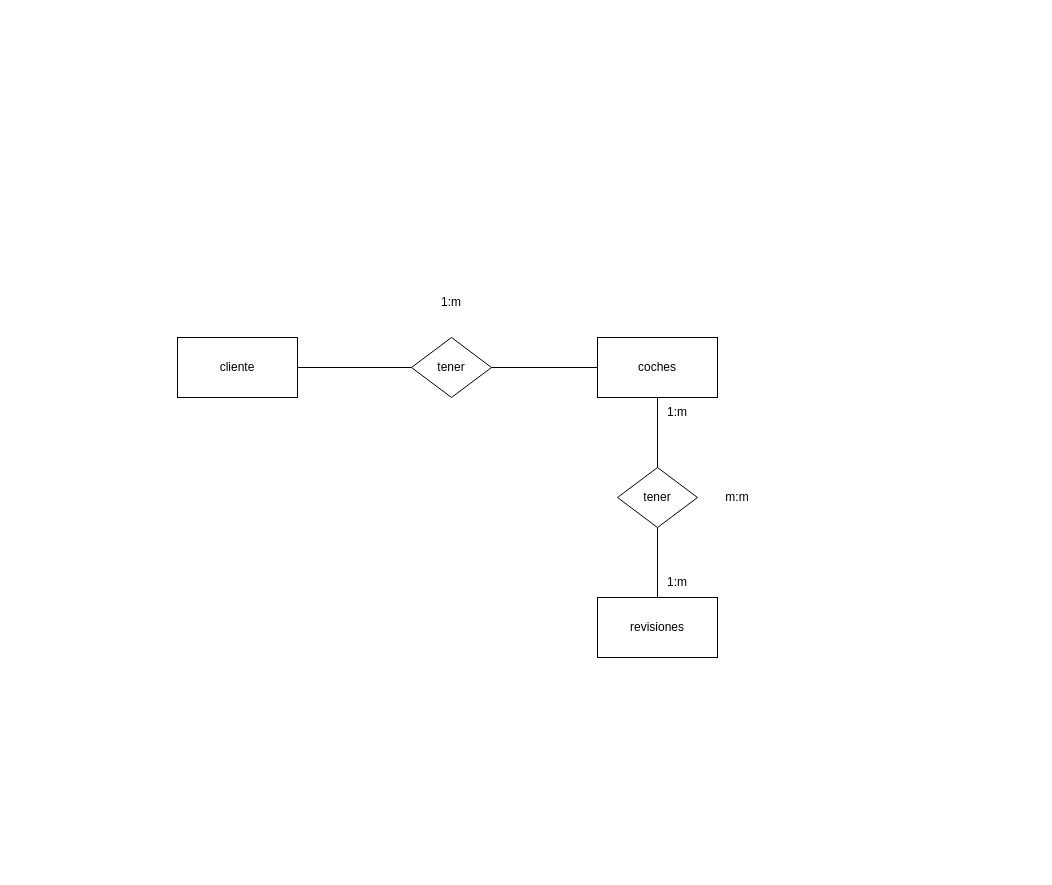
Before: AutomotoresDB.drawio in Mundrack/Base-de-datos, a draw.io diagram. Source tidied: cells renumbered, new cells numbered last; positions are measured from the earlier drawing's top-left corner, leaving out a move shared by most shapes. Both pictures are drawn from the tidied source at 100%, with x=0, y=0 at pixel (177, 287).
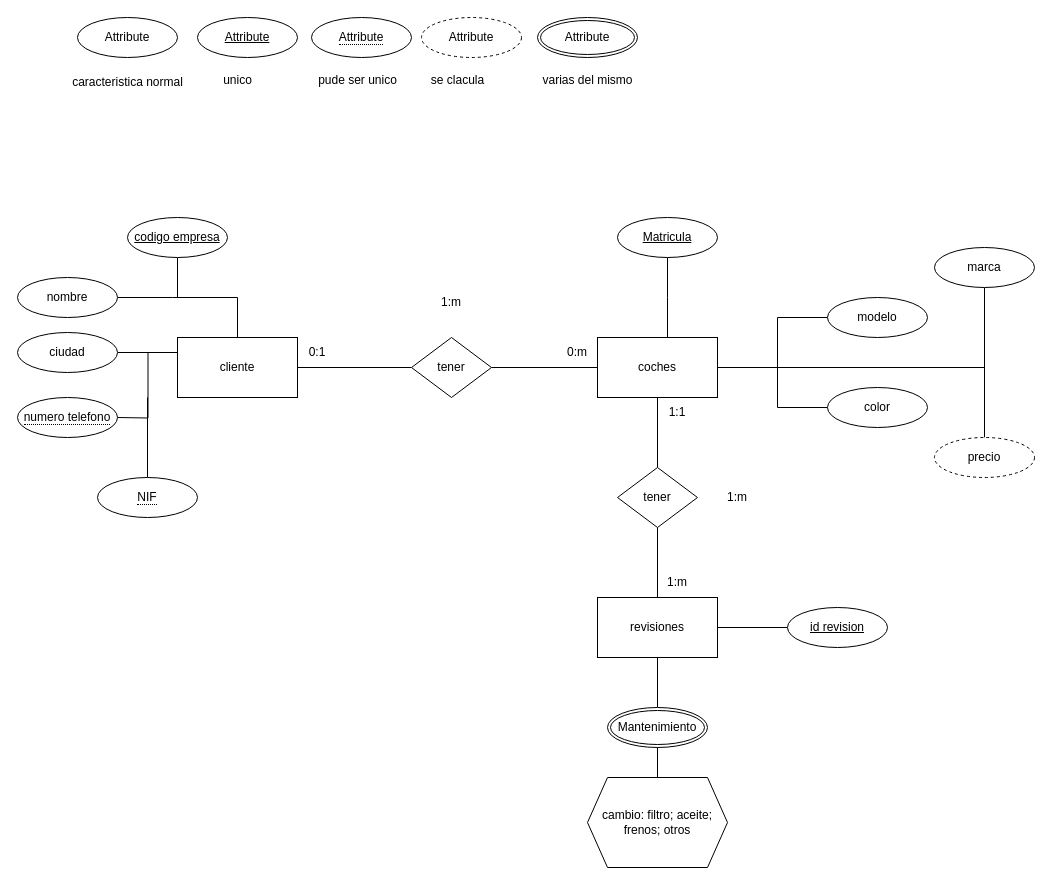
The same page after the edit.

The change refers to these unchanged cells:
```xml
<mxCell id="3" value="coches" style="rounded=0;whiteSpace=wrap;html=1;" parent="1" vertex="1">
  <mxGeometry x="420" y="50" width="120" height="60" as="geometry" />
</mxCell>
<mxCell id="5" value="cliente" style="rounded=0;whiteSpace=wrap;html=1;" parent="1" vertex="1">
  <mxGeometry y="50" width="120" height="60" as="geometry" />
</mxCell>
<mxCell id="6" value="revisiones" style="rounded=0;whiteSpace=wrap;html=1;" parent="1" vertex="1">
  <mxGeometry x="420" y="310" width="120" height="60" as="geometry" />
</mxCell>
```

Diff of the diagram source:
```diff
@@
-    <mxCell id="12" value="m:m" style="text;html=1;align=center;verticalAlign=middle;whiteSpace=wrap;rounded=0;" parent="1" vertex="1">
+    <mxCell id="12" value="1:m" style="text;html=1;align=center;verticalAlign=middle;whiteSpace=wrap;rounded=0;" parent="1" vertex="1">
       <mxGeometry x="530" y="195" width="60" height="30" as="geometry" />
     </mxCell>
-    <mxCell id="13" value="1:m" style="text;html=1;align=center;verticalAlign=middle;whiteSpace=wrap;rounded=0;" parent="1" vertex="1">
+    <mxCell id="13" value="1:1" style="text;html=1;align=center;verticalAlign=middle;whiteSpace=wrap;rounded=0;" parent="1" vertex="1">
       <mxGeometry x="470" y="110" width="60" height="30" as="geometry" />
     </mxCell>
@@
+    <mxCell id="15" value="Attribute" style="ellipse;whiteSpace=wrap;html=1;align=center;" parent="1" vertex="1">
+      <mxGeometry x="-100" y="-270" width="100" height="40" as="geometry" />
+    </mxCell>
+    <mxCell id="16" value="Attribute" style="ellipse;whiteSpace=wrap;html=1;align=center;fontStyle=4;" parent="1" vertex="1">
+      <mxGeometry x="20" y="-270" width="100" height="40" as="geometry" />
+    </mxCell>
+    <mxCell id="17" value="&lt;span style=&quot;border-bottom: 1px dotted&quot;&gt;Attribute&lt;/span&gt;" style="ellipse;whiteSpace=wrap;html=1;align=center;" parent="1" vertex="1">
+      <mxGeometry x="134" y="-270" width="100" height="40" as="geometry" />
+    </mxCell>
+    <mxCell id="18" value="Attribute" style="ellipse;whiteSpace=wrap;html=1;align=center;dashed=1;" parent="1" vertex="1">
+      <mxGeometry x="244" y="-270" width="100" height="40" as="geometry" />
+    </mxCell>
+    <mxCell id="19" value="Attribute" style="ellipse;shape=doubleEllipse;margin=3;whiteSpace=wrap;html=1;align=center;" parent="1" vertex="1">
+      <mxGeometry x="360" y="-270" width="100" height="40" as="geometry" />
+    </mxCell>
+    <mxCell id="20" value="caracteristica normal" style="text;html=1;align=center;verticalAlign=middle;strokeColor=none;fillColor=none;" parent="1" vertex="1">
+      <mxGeometry x="-115" y="-220" width="130" height="30" as="geometry" />
+    </mxCell>
+    <mxCell id="21" value="varias del mismo" style="text;html=1;align=center;verticalAlign=middle;strokeColor=none;fillColor=none;" parent="1" vertex="1">
+      <mxGeometry x="355" y="-222" width="110" height="30" as="geometry" />
+    </mxCell>
+    <mxCell id="22" value="se clacula" style="text;html=1;align=center;verticalAlign=middle;strokeColor=none;fillColor=none;" parent="1" vertex="1">
+      <mxGeometry x="240" y="-222" width="80" height="30" as="geometry" />
+    </mxCell>
+    <mxCell id="23" value="unico" style="text;html=1;align=center;verticalAlign=middle;strokeColor=none;fillColor=none;" parent="1" vertex="1">
+      <mxGeometry x="35" y="-222" width="50" height="30" as="geometry" />
+    </mxCell>
+    <mxCell id="24" value="pude ser unico" style="text;html=1;align=center;verticalAlign=middle;strokeColor=none;fillColor=none;" parent="1" vertex="1">
+      <mxGeometry x="130" y="-222" width="100" height="30" as="geometry" />
+    </mxCell>
+    <mxCell id="25" value="Matricula" style="ellipse;whiteSpace=wrap;html=1;align=center;fontStyle=4;" parent="1" vertex="1">
+      <mxGeometry x="440" y="-70" width="100" height="40" as="geometry" />
+    </mxCell>
+    <mxCell id="26" style="edgeStyle=orthogonalEdgeStyle;rounded=0;jettySize=auto;html=1;endArrow=none;endFill=0;" parent="1" edge="1" source="27">
+      <mxGeometry relative="1" as="geometry">
+        <mxPoint x="590" y="80" as="targetPoint" />
+        <Array as="points">
+          <mxPoint x="807" y="80" />
+        </Array>
+      </mxGeometry>
+    </mxCell>
+    <mxCell id="27" value="marca" style="ellipse;whiteSpace=wrap;html=1;align=center;" parent="1" vertex="1">
+      <mxGeometry x="757" y="-40" width="100" height="40" as="geometry" />
+    </mxCell>
+    <mxCell id="28" style="edgeStyle=orthogonalEdgeStyle;rounded=0;jettySize=auto;html=1;entryX=1;entryY=0.5;entryDx=0;entryDy=0;endArrow=none;endFill=0;" parent="1" edge="1" source="29" target="3">
+      <mxGeometry relative="1" as="geometry">
+        <Array as="points">
+          <mxPoint x="600" y="30" />
+          <mxPoint x="600" y="80" />
+        </Array>
+      </mxGeometry>
+    </mxCell>
+    <mxCell id="29" value="modelo" style="ellipse;whiteSpace=wrap;html=1;align=center;" parent="1" vertex="1">
+      <mxGeometry x="650" y="10" width="100" height="40" as="geometry" />
+    </mxCell>
+    <mxCell id="30" style="edgeStyle=orthogonalEdgeStyle;rounded=0;jettySize=auto;html=1;endArrow=none;endFill=0;" parent="1" edge="1" source="31" target="3">
+      <mxGeometry relative="1" as="geometry">
+        <Array as="points">
+          <mxPoint x="600" y="120" />
+          <mxPoint x="600" y="80" />
+        </Array>
+      </mxGeometry>
+    </mxCell>
+    <mxCell id="31" value="color" style="ellipse;whiteSpace=wrap;html=1;align=center;" parent="1" vertex="1">
+      <mxGeometry x="650" y="100" width="100" height="40" as="geometry" />
+    </mxCell>
+    <mxCell id="32" style="edgeStyle=orthogonalEdgeStyle;rounded=0;jettySize=auto;html=1;endArrow=none;endFill=0;" parent="1" edge="1" source="33">
+      <mxGeometry relative="1" as="geometry">
+        <mxPoint x="807" y="50" as="targetPoint" />
+      </mxGeometry>
+    </mxCell>
+    <mxCell id="33" value="precio" style="ellipse;whiteSpace=wrap;html=1;align=center;dashed=1;" parent="1" vertex="1">
+      <mxGeometry x="757" y="150" width="100" height="40" as="geometry" />
+    </mxCell>
+    <mxCell id="34" value="0:1" style="text;html=1;align=center;verticalAlign=middle;whiteSpace=wrap;rounded=0;" parent="1" vertex="1">
+      <mxGeometry x="110" y="50" width="60" height="30" as="geometry" />
+    </mxCell>
+    <mxCell id="35" value="0:m" style="text;html=1;align=center;verticalAlign=middle;whiteSpace=wrap;rounded=0;" parent="1" vertex="1">
+      <mxGeometry x="370" y="50" width="60" height="30" as="geometry" />
+    </mxCell>
+    <mxCell id="36" style="edgeStyle=orthogonalEdgeStyle;rounded=0;jettySize=auto;html=1;endArrow=none;endFill=0;" parent="1" edge="1" source="25">
+      <mxGeometry relative="1" as="geometry">
+        <mxPoint x="490" y="50" as="targetPoint" />
+      </mxGeometry>
+    </mxCell>
+    <mxCell id="37" style="edgeStyle=orthogonalEdgeStyle;rounded=0;jettySize=auto;html=1;entryX=0.5;entryY=0;entryDx=0;entryDy=0;endArrow=none;endFill=0;" parent="1" edge="1" source="38" target="5">
+      <mxGeometry relative="1" as="geometry" />
+    </mxCell>
+    <mxCell id="38" value="codigo empresa" style="ellipse;whiteSpace=wrap;html=1;align=center;fontStyle=4;" parent="1" vertex="1">
+      <mxGeometry x="-50" y="-70" width="100" height="40" as="geometry" />
+    </mxCell>
+    <mxCell id="39" style="edgeStyle=orthogonalEdgeStyle;rounded=0;jettySize=auto;html=1;endArrow=none;endFill=0;" parent="1" edge="1" source="40">
+      <mxGeometry relative="1" as="geometry">
+        <mxPoint x="50" y="10" as="targetPoint" />
+      </mxGeometry>
+    </mxCell>
+    <mxCell id="40" value="nombre" style="ellipse;whiteSpace=wrap;html=1;align=center;" parent="1" vertex="1">
+      <mxGeometry x="-160" y="-10" width="100" height="40" as="geometry" />
+    </mxCell>
+    <mxCell id="41" style="edgeStyle=orthogonalEdgeStyle;rounded=0;jettySize=auto;html=1;entryX=0;entryY=0.25;entryDx=0;entryDy=0;endArrow=none;endFill=0;" parent="1" edge="1" source="42" target="5">
+      <mxGeometry relative="1" as="geometry" />
+    </mxCell>
+    <mxCell id="42" value="ciudad" style="ellipse;whiteSpace=wrap;html=1;align=center;" parent="1" vertex="1">
+      <mxGeometry x="-160" y="45" width="100" height="40" as="geometry" />
+    </mxCell>
+    <mxCell id="43" style="edgeStyle=orthogonalEdgeStyle;rounded=0;jettySize=auto;html=1;endArrow=none;endFill=0;entryX=0;entryY=0.25;entryDx=0;entryDy=0;" parent="1" edge="1" target="5">
+      <mxGeometry relative="1" as="geometry">
+        <mxPoint x="-60" y="130" as="sourcePoint" />
+      </mxGeometry>
+    </mxCell>
+    <mxCell id="44" value="&lt;span style=&quot;border-bottom: 1px dotted&quot;&gt;numero telefono&lt;/span&gt;" style="ellipse;whiteSpace=wrap;html=1;align=center;" parent="1" vertex="1">
+      <mxGeometry x="-160" y="110" width="100" height="40" as="geometry" />
+    </mxCell>
+    <mxCell id="45" style="edgeStyle=orthogonalEdgeStyle;rounded=0;jettySize=auto;html=1;endArrow=none;endFill=0;" parent="1" edge="1" source="46">
+      <mxGeometry relative="1" as="geometry">
+        <mxPoint x="-30" y="110" as="targetPoint" />
+      </mxGeometry>
+    </mxCell>
+    <mxCell id="46" value="&lt;span style=&quot;border-bottom: 1px dotted&quot;&gt;NIF&lt;/span&gt;" style="ellipse;whiteSpace=wrap;html=1;align=center;" parent="1" vertex="1">
+      <mxGeometry x="-80" y="190" width="100" height="40" as="geometry" />
+    </mxCell>
+    <mxCell id="47" style="edgeStyle=orthogonalEdgeStyle;rounded=0;jettySize=auto;html=1;entryX=1;entryY=0.5;entryDx=0;entryDy=0;endArrow=none;endFill=0;" parent="1" edge="1" source="48" target="6">
+      <mxGeometry relative="1" as="geometry" />
+    </mxCell>
+    <mxCell id="48" value="id revision" style="ellipse;whiteSpace=wrap;html=1;align=center;fontStyle=4;" parent="1" vertex="1">
+      <mxGeometry x="610" y="320" width="100" height="40" as="geometry" />
+    </mxCell>
+    <mxCell id="49" style="edgeStyle=orthogonalEdgeStyle;rounded=0;jettySize=auto;html=1;endArrow=none;endFill=0;" parent="1" edge="1" source="50" target="6">
+      <mxGeometry relative="1" as="geometry" />
+    </mxCell>
+    <mxCell id="50" value="Mantenimiento" style="ellipse;shape=doubleEllipse;margin=3;whiteSpace=wrap;html=1;align=center;" parent="1" vertex="1">
+      <mxGeometry x="430" y="420" width="100" height="40" as="geometry" />
+    </mxCell>
+    <mxCell id="51" style="edgeStyle=orthogonalEdgeStyle;rounded=0;jettySize=auto;html=1;endArrow=none;endFill=0;" parent="1" edge="1" source="52" target="50">
+      <mxGeometry relative="1" as="geometry" />
+    </mxCell>
+    <mxCell id="52" value="cambio: filtro;&amp;nbsp;&lt;span style=&quot;background-color: initial;&quot;&gt;aceite;&lt;/span&gt;&lt;div&gt;&lt;span style=&quot;background-color: initial;&quot;&gt;frenos; otros&lt;/span&gt;&lt;/div&gt;" style="shape=hexagon;perimeter=hexagonPerimeter2;whiteSpace=wrap;html=1;fixedSize=1;" parent="1" vertex="1">
+      <mxGeometry x="410" y="490" width="140" height="90" as="geometry" />
+    </mxCell>
```
